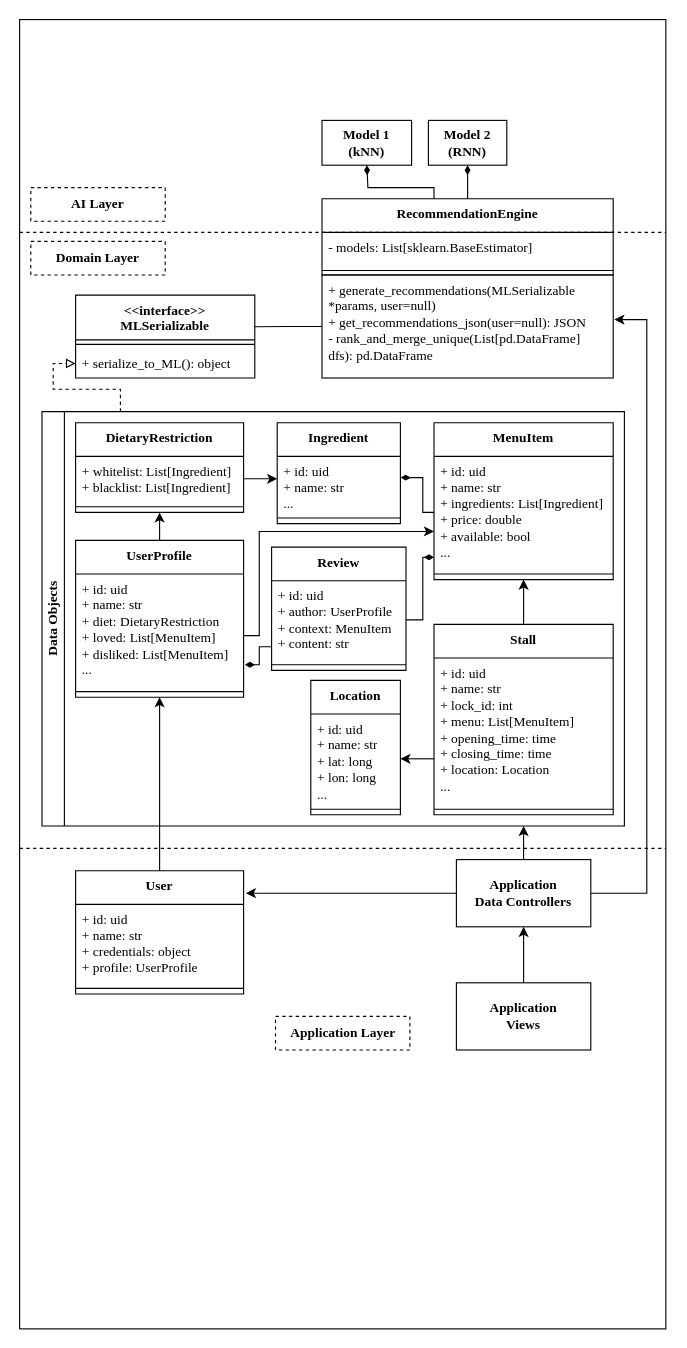
Before: diagrams/KUEater Class Diagram.drawio in KU-Eater/KUEater-SRS, a draw.io diagram. Source tidied: cells renumbered, new cells numbered last; positions are measured from the earlier drawing's top-left corner, leaving out a move shared by most shapes. Both pictures are drawn from the tidied source at 112%, with x=0, y=0 at pixel (19, 19).
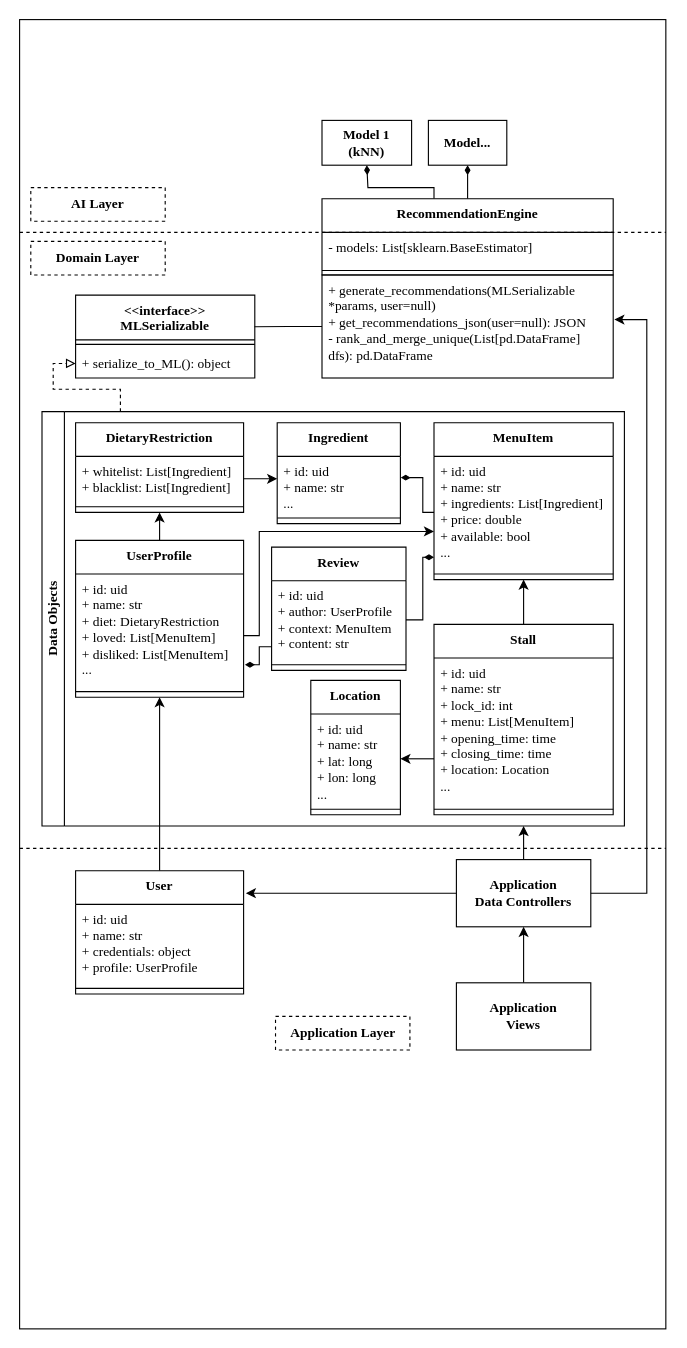
The same page after the edit.

Commit message (it also covers changes not shown here):
feat: add sequence diagrams, timeline and footnotes

Diff of the diagram source:
```diff
@@
-    <mxCell id="60" value="Model 2&lt;div&gt;(RNN)&lt;/div&gt;" style="rounded=0;whiteSpace=wrap;html=1;fontFamily=Times New Roman;fontStyle=1;" parent="1" vertex="1">
+    <mxCell id="60" value="Model..." style="rounded=0;whiteSpace=wrap;html=1;fontFamily=Times New Roman;fontStyle=1;" parent="1" vertex="1">
       <mxGeometry x="365" y="90" width="70" height="40" as="geometry" />
     </mxCell>
```
